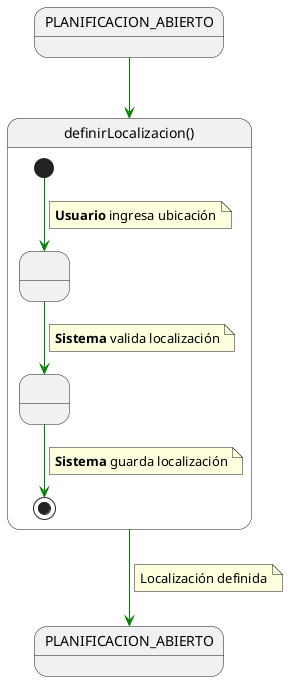
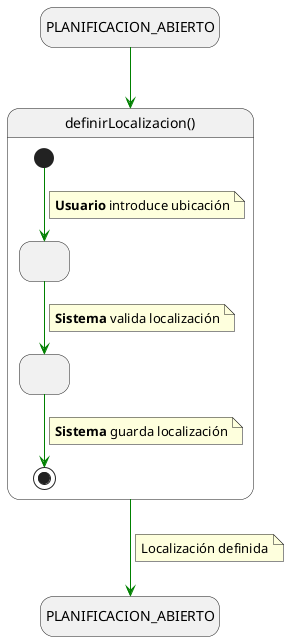
@startuml definirLocalizacion

+ hide empty description
skinparam linetype polyline

state in1 as "PLANIFICACION_ABIERTO"
in1 -[#green]-> definirLocalizacion

state definirLocalizacion as "definirLocalizacion()" {

-     state " " as IngresandoLocalizacion
-     state " " as ValidandoLocalizacion
+     state IngresandoLocalizacion as " "
+     state ValidandoLocalizacion as " "

    [*] -[#green]-> IngresandoLocalizacion
    note on link
-     <b>Usuario</b> ingresa ubicación
+         <b>Usuario</b> introduce ubicación
    end note

    IngresandoLocalizacion -[#green]-> ValidandoLocalizacion
    note on link
-     <b>Sistema</b> valida localización
+         <b>Sistema</b> valida localización
    end note

    ValidandoLocalizacion -[#green]-> [*]
    note on link
-     <b>Sistema</b> guarda localización
+         <b>Sistema</b> guarda localización
    end note
}

definirLocalizacion -[#green]-> PLANIFICACION_ABIERTO
note on link
- Localización definida
+     Localización definida
end note

- @enduml+ @enduml
